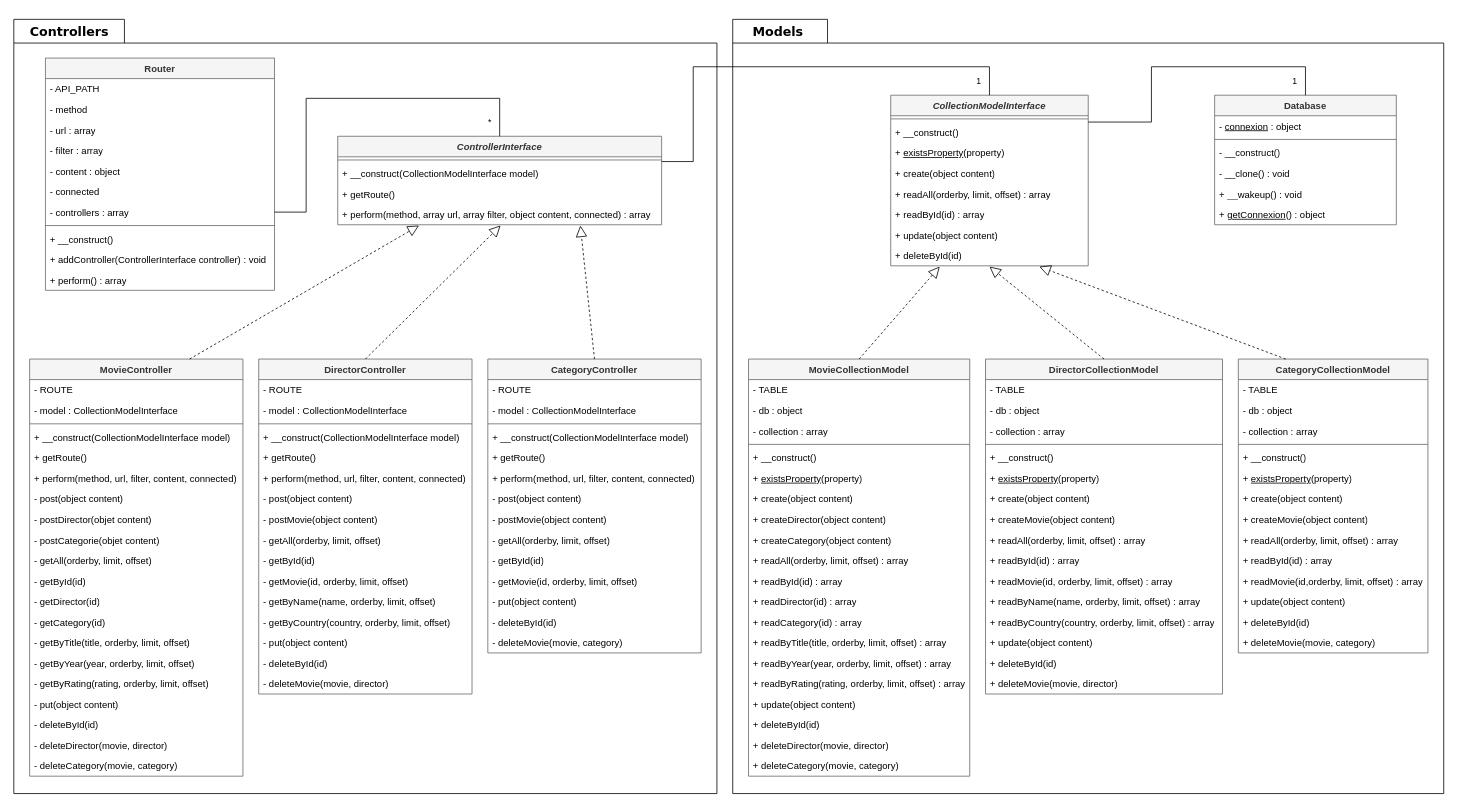
ianasheu/video-api keeps this draw.io diagram as video-api-uml.drawio. Above is the earlier version. Source tidied: cells renumbered, new cells numbered last; positions are measured from the earlier drawing's top-left corner, leaving out a move shared by most shapes. Both pictures are drawn from the tidied source at 79%, with x=0, y=0 at pixel (13, 13).
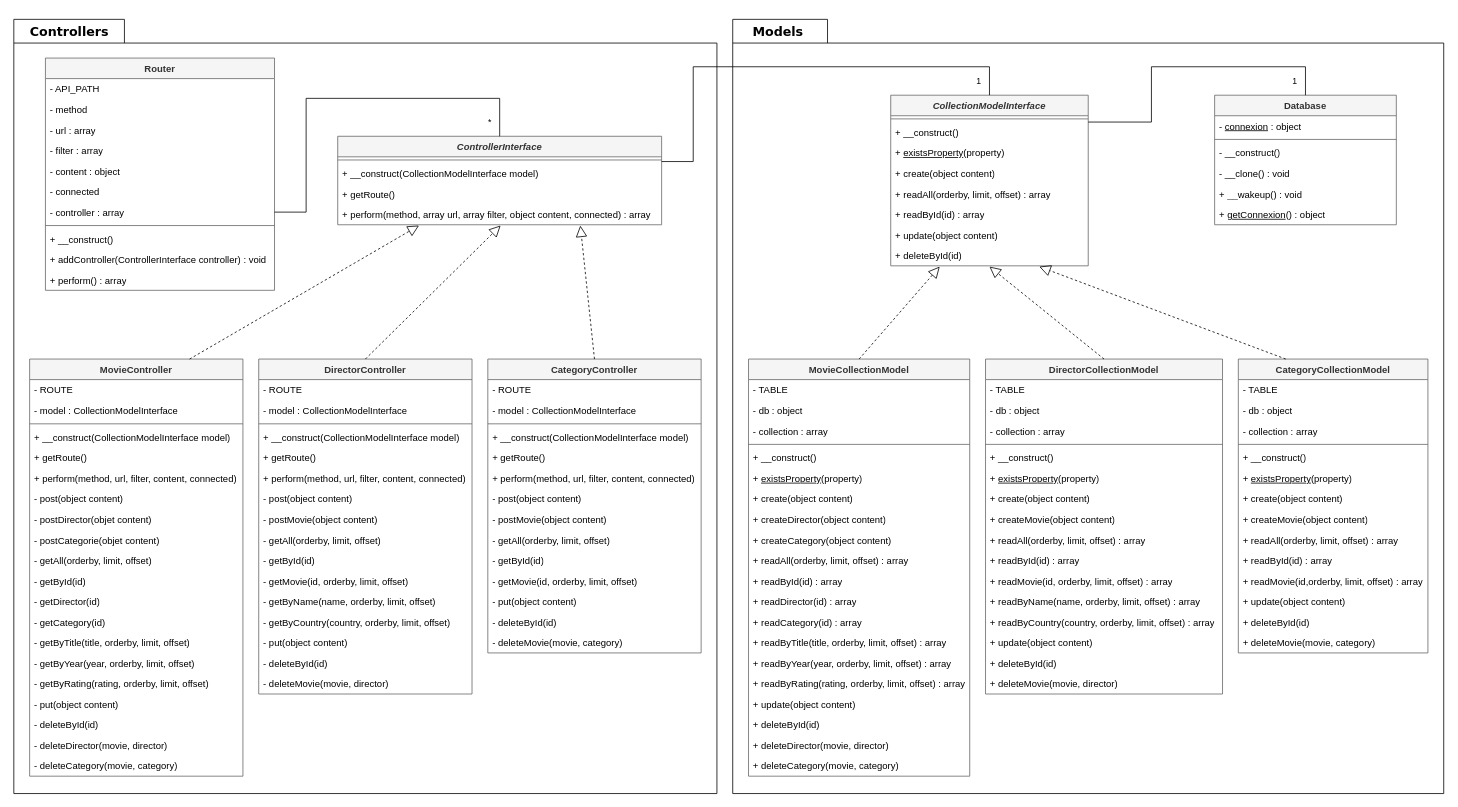
The same diagram, later.

Commit message (it also covers changes not shown here):
mise à jour schéma UML

The change refers to these unchanged cells:
```xml
<mxCell id="3" value="Router" style="swimlane;fontStyle=1;align=center;verticalAlign=top;horizontal=1;startSize=26;whiteSpace=wrap;html=1;fillColor=#f5f5f5;fontColor=#333333;strokeColor=#666666;" parent="1" vertex="1">
  <mxGeometry x="40" y="56" width="290" height="294" as="geometry" />
</mxCell>
```

What changed in the source:
```diff
@@
-    <mxCell id="10" value="- controllers : array" style="text;strokeColor=none;fillColor=none;align=left;verticalAlign=top;spacingLeft=4;spacingRight=4;overflow=hidden;points=[[0,0.5],[1,0.5]];portConstraint=eastwest;whiteSpace=wrap;html=1;" parent="3" vertex="1">
+    <mxCell id="10" value="- controller : array" style="text;strokeColor=none;fillColor=none;align=left;verticalAlign=top;spacingLeft=4;spacingRight=4;overflow=hidden;points=[[0,0.5],[1,0.5]];portConstraint=eastwest;whiteSpace=wrap;html=1;" parent="3" vertex="1">
       <mxGeometry y="182" width="290" height="26" as="geometry" />
     </mxCell>
```
